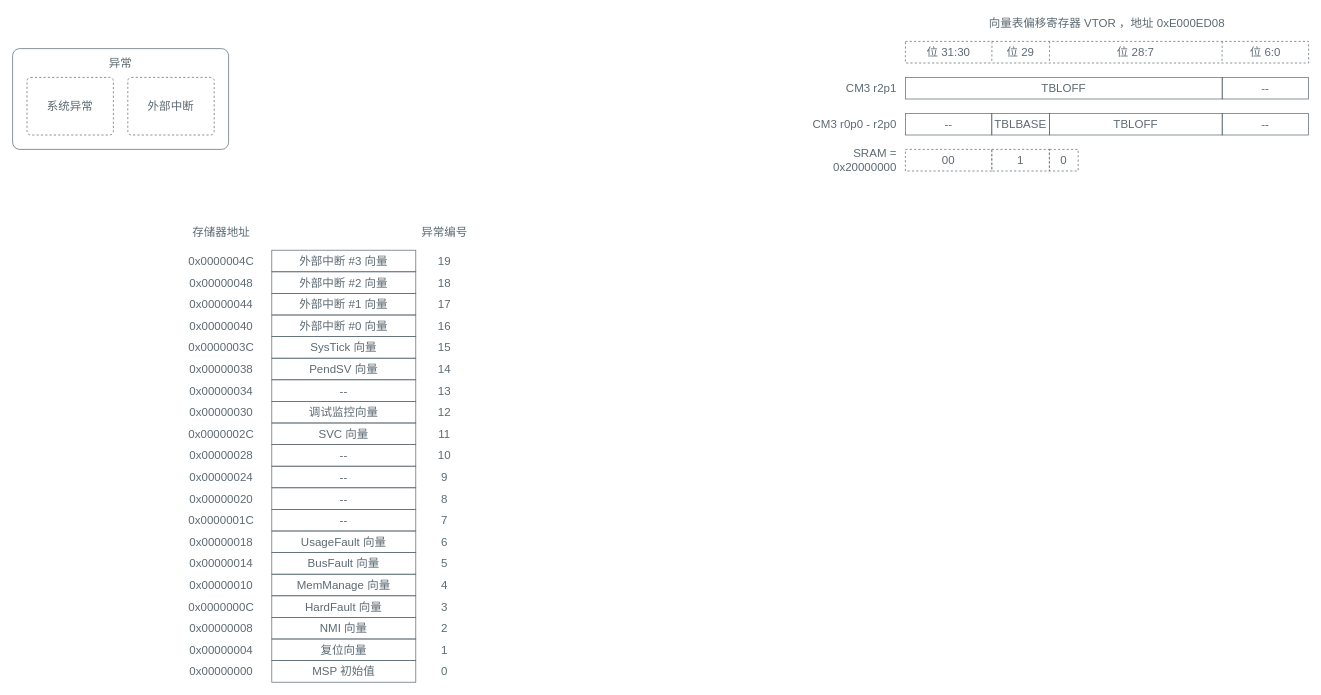
Earlier version of the draw.io diagram page "Page-1" (1 of 2) of content/posts/stm32-it/stm32-it.drawio (kingtuo123/blog). Source tidied: cells renumbered, new cells numbered last; positions are measured from the earlier drawing's top-left corner, leaving out a move shared by most shapes. Both pictures are drawn from the tidied source at 72%, with x=0, y=0 at pixel (12, 12).
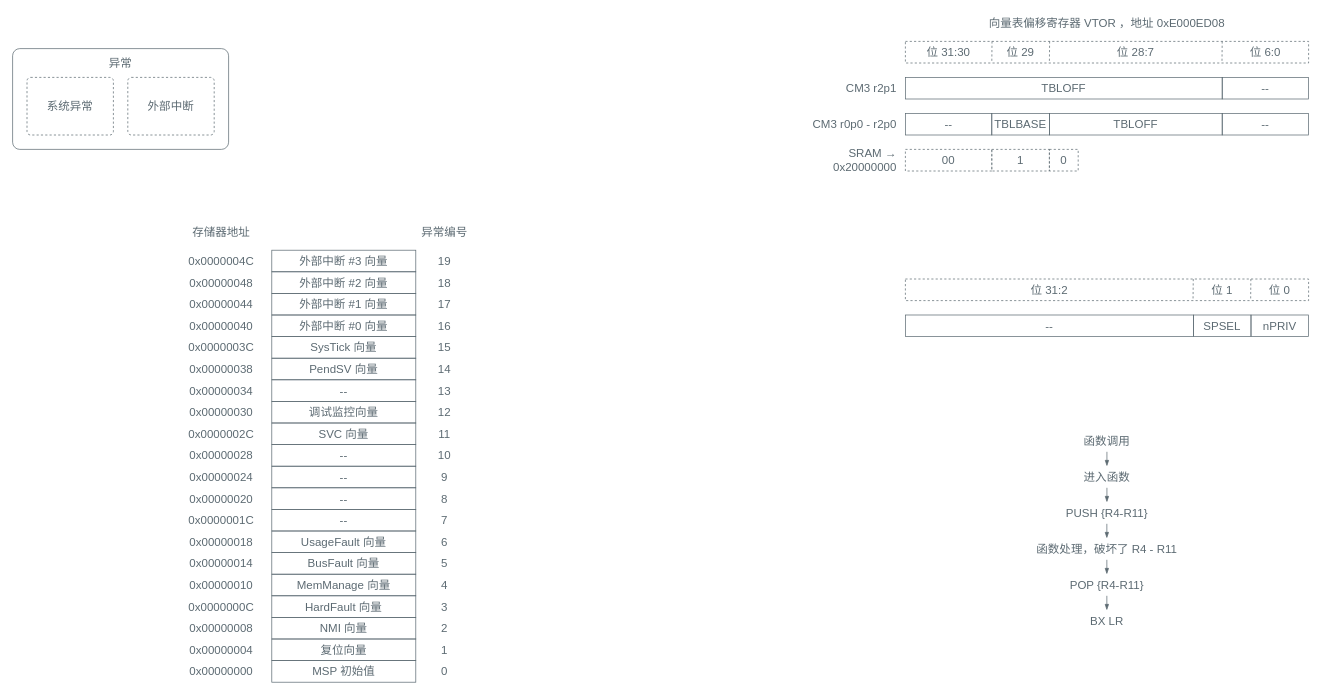
The same page after the edit.

The edit, as a diff of the source:
```diff
@@
-    <mxCell id="85" value="&lt;font&gt;SRAM = 0x20000000&lt;/font&gt;" style="rounded=0;whiteSpace=wrap;html=1;fillColor=none;strokeColor=none;fontFamily=LXGW WenKai Mono;fontSize=16;fontColor=light-dark(#5C6A72,#D3C6AA);fillOpacity=25;align=right;" parent="1" vertex="1">
-      <mxGeometry x="1080" y="190" width="150" height="30" as="geometry" />
+    <mxCell id="85" value="&lt;font&gt;SRAM → 0x20000000&lt;/font&gt;" style="rounded=0;whiteSpace=wrap;html=1;fillColor=none;strokeColor=none;fontFamily=LXGW WenKai Mono;fontSize=16;fontColor=light-dark(#5C6A72,#D3C6AA);fillOpacity=25;align=right;" parent="1" vertex="1">
+      <mxGeometry x="1070" y="190" width="160" height="30" as="geometry" />
     </mxCell>
-    <mxCell id="86" value="00" style="rounded=0;whiteSpace=wrap;html=1;fillColor=none;strokeColor=light-dark(#5C6A72,#D3C6AA);fontFamily=LXGW WenKai Mono;fontSize=16;fontColor=light-dark(#5C6A72,#D3C6AA);fillOpacity=25;dashed=1;align=center;" parent="1" vertex="1">
-      <mxGeometry x="1240" y="190" width="120" height="30" as="geometry" />
-    </mxCell>
@@
-    <mxCell id="88" value="1" style="rounded=0;whiteSpace=wrap;html=1;fillColor=none;strokeColor=light-dark(#5C6A72,#D3C6AA);fontFamily=LXGW WenKai Mono;fontSize=16;fontColor=light-dark(#5C6A72,#D3C6AA);fillOpacity=25;dashed=1;align=center;" parent="1" vertex="1">
+    <mxCell id="88" value="&lt;font&gt;1&lt;/font&gt;" style="rounded=0;whiteSpace=wrap;html=1;fillColor=none;strokeColor=light-dark(#5C6A72,#D3C6AA);fontFamily=LXGW WenKai Mono;fontSize=16;fontColor=light-dark(#5C6A72,#D3C6AA);fillOpacity=25;dashed=1;" parent="1" vertex="1">
       <mxGeometry x="1360" y="190" width="80" height="30" as="geometry" />
     </mxCell>
+    <mxCell id="86" value="&lt;font&gt;00&lt;/font&gt;" style="rounded=0;whiteSpace=wrap;html=1;fillColor=none;strokeColor=light-dark(#5C6A72,#D3C6AA);fontFamily=LXGW WenKai Mono;fontSize=16;fontColor=light-dark(#5C6A72,#D3C6AA);fillOpacity=25;dashed=1;" parent="1" vertex="1">
+      <mxGeometry x="1240" y="190" width="120" height="30" as="geometry" />
+    </mxCell>
+    <mxCell id="89" value="--" style="rounded=0;whiteSpace=wrap;html=1;fillColor=none;strokeColor=light-dark(#5C6A72,#D3C6AA);fontFamily=LXGW WenKai Mono;fontSize=16;fontColor=light-dark(#5C6A72,#D3C6AA);fillOpacity=25;" parent="1" vertex="1">
+      <mxGeometry x="1240" y="420" width="400" height="30" as="geometry" />
+    </mxCell>
+    <mxCell id="90" value="&lt;font&gt;SPSEL&lt;/font&gt;" style="rounded=0;whiteSpace=wrap;html=1;fillColor=none;strokeColor=light-dark(#5C6A72,#D3C6AA);fontFamily=LXGW WenKai Mono;fontSize=16;fontColor=light-dark(#5C6A72,#D3C6AA);fillOpacity=25;" parent="1" vertex="1">
+      <mxGeometry x="1640" y="420" width="80" height="30" as="geometry" />
+    </mxCell>
+    <mxCell id="91" value="&lt;font&gt;nPRIV&lt;/font&gt;" style="rounded=0;whiteSpace=wrap;html=1;fillColor=none;strokeColor=light-dark(#5C6A72,#D3C6AA);fontFamily=LXGW WenKai Mono;fontSize=16;fontColor=light-dark(#5C6A72,#D3C6AA);fillOpacity=25;" parent="1" vertex="1">
+      <mxGeometry x="1720" y="420" width="80" height="30" as="geometry" />
+    </mxCell>
+    <mxCell id="92" style="rounded=0;whiteSpace=wrap;html=1;fillColor=none;strokeColor=light-dark(#5C6A72,#D3C6AA);fontFamily=LXGW WenKai Mono;fontSize=16;fontColor=light-dark(#5C6A72,#D3C6AA);fillOpacity=25;dashed=1;" parent="1" vertex="1">
+      <mxGeometry x="1240" y="370" width="560" height="30" as="geometry" />
+    </mxCell>
+    <mxCell id="93" value="&lt;font&gt;位 31:2&lt;/font&gt;" style="rounded=0;whiteSpace=wrap;html=1;fillColor=none;strokeColor=none;fontFamily=LXGW WenKai Mono;fontSize=16;fontColor=light-dark(#5C6A72,#D3C6AA);fillOpacity=25;" parent="1" vertex="1">
+      <mxGeometry x="1240" y="370" width="400" height="30" as="geometry" />
+    </mxCell>
+    <mxCell id="94" value="&lt;font&gt;位 1&lt;/font&gt;" style="rounded=0;whiteSpace=wrap;html=1;fillColor=none;strokeColor=none;fontFamily=LXGW WenKai Mono;fontSize=16;fontColor=light-dark(#5C6A72,#D3C6AA);fillOpacity=25;" parent="1" vertex="1">
+      <mxGeometry x="1640" y="370" width="80" height="30" as="geometry" />
+    </mxCell>
+    <mxCell id="95" style="endArrow=none;html=1;rounded=0;dashed=1;strokeColor=light-dark(#5C6A72,#D3C6AA);" parent="1" edge="1">
+      <mxGeometry relative="1" as="geometry">
+        <mxPoint x="1639.8" y="370" as="sourcePoint" />
+        <mxPoint x="1639.5" y="400" as="targetPoint" />
+      </mxGeometry>
+    </mxCell>
+    <mxCell id="96" style="endArrow=none;html=1;rounded=0;dashed=1;strokeColor=light-dark(#5C6A72,#D3C6AA);" parent="1" edge="1">
+      <mxGeometry relative="1" as="geometry">
+        <mxPoint x="1719.8" y="370" as="sourcePoint" />
+        <mxPoint x="1719.5" y="400" as="targetPoint" />
+      </mxGeometry>
+    </mxCell>
+    <mxCell id="97" value="&lt;font&gt;位 0&lt;/font&gt;" style="rounded=0;whiteSpace=wrap;html=1;fillColor=none;strokeColor=none;fontFamily=LXGW WenKai Mono;fontSize=16;fontColor=light-dark(#5C6A72,#D3C6AA);fillOpacity=25;" parent="1" vertex="1">
+      <mxGeometry x="1720" y="370" width="80" height="30" as="geometry" />
+    </mxCell>
+    <mxCell id="98" value="函数调用" style="rounded=0;whiteSpace=wrap;html=1;fillColor=none;strokeColor=none;fontFamily=LXGW WenKai Mono;fontSize=16;fontColor=light-dark(#5C6A72,#D3C6AA);fillOpacity=25;" parent="1" vertex="1">
+      <mxGeometry x="1400" y="580" width="240" height="30" as="geometry" />
+    </mxCell>
+    <mxCell id="99" value="&lt;span style=&quot;font-weight: normal;&quot;&gt;进入函数&lt;/span&gt;" style="rounded=0;whiteSpace=wrap;html=1;fillColor=none;strokeColor=none;fontFamily=LXGW WenKai Mono;fontSize=16;fontColor=light-dark(#5C6A72,#D3C6AA);fillOpacity=25;fontStyle=1;" parent="1" vertex="1">
+      <mxGeometry x="1400" y="630" width="240" height="30" as="geometry" />
+    </mxCell>
+    <mxCell id="100" value="&lt;span style=&quot;font-weight: normal;&quot;&gt;函数处理，破坏了 R4 - R11&lt;/span&gt;" style="rounded=0;whiteSpace=wrap;html=1;fillColor=none;strokeColor=none;fontFamily=LXGW WenKai Mono;fontSize=16;fontColor=light-dark(#5C6A72,#D3C6AA);fillOpacity=25;fontStyle=1;" parent="1" vertex="1">
+      <mxGeometry x="1400" y="730" width="240" height="30" as="geometry" />
+    </mxCell>
+    <mxCell id="101" style="endArrow=blockThin;html=1;rounded=0;endFill=1;strokeColor=light-dark(#5C6A72,#D3C6AA);" parent="1" edge="1">
+      <mxGeometry relative="1" as="geometry">
+        <mxPoint x="1519.9" y="660" as="sourcePoint" />
+        <mxPoint x="1519.9" y="680" as="targetPoint" />
+      </mxGeometry>
+    </mxCell>
+    <mxCell id="102" style="endArrow=blockThin;html=1;rounded=0;endFill=1;strokeColor=light-dark(#5C6A72,#D3C6AA);" parent="1" edge="1">
+      <mxGeometry relative="1" as="geometry">
+        <mxPoint x="1519.9" y="610" as="sourcePoint" />
+        <mxPoint x="1519.9" y="630" as="targetPoint" />
+      </mxGeometry>
+    </mxCell>
+    <mxCell id="103" style="endArrow=blockThin;html=1;rounded=0;endFill=1;strokeColor=light-dark(#5C6A72,#D3C6AA);" parent="1" edge="1">
+      <mxGeometry relative="1" as="geometry">
+        <mxPoint x="1519.8" y="710" as="sourcePoint" />
+        <mxPoint x="1519.8" y="730" as="targetPoint" />
+      </mxGeometry>
+    </mxCell>
+    <mxCell id="104" style="endArrow=blockThin;html=1;rounded=0;endFill=1;strokeColor=light-dark(#5C6A72,#D3C6AA);" parent="1" edge="1">
+      <mxGeometry relative="1" as="geometry">
+        <mxPoint x="1519.8" y="760" as="sourcePoint" />
+        <mxPoint x="1519.8" y="780" as="targetPoint" />
+      </mxGeometry>
+    </mxCell>
+    <mxCell id="105" style="endArrow=blockThin;html=1;rounded=0;endFill=1;strokeColor=light-dark(#5C6A72,#D3C6AA);" parent="1" edge="1">
+      <mxGeometry relative="1" as="geometry">
+        <mxPoint x="1519.8" y="810" as="sourcePoint" />
+        <mxPoint x="1519.8" y="830" as="targetPoint" />
+      </mxGeometry>
+    </mxCell>
+    <mxCell id="106" value="PUSH {R4-R11}" style="rounded=0;whiteSpace=wrap;html=1;fillColor=none;strokeColor=none;fontFamily=LXGW WenKai Mono;fontSize=16;fontColor=light-dark(#5C6A72,#D3C6AA);fillOpacity=25;align=center;" parent="1" vertex="1">
+      <mxGeometry x="1440" y="680" width="160" height="30" as="geometry" />
+    </mxCell>
+    <mxCell id="107" value="POP {R4-R11}" style="rounded=0;whiteSpace=wrap;html=1;fillColor=none;strokeColor=none;fontFamily=LXGW WenKai Mono;fontSize=16;fontColor=light-dark(#5C6A72,#D3C6AA);fillOpacity=25;align=center;" parent="1" vertex="1">
+      <mxGeometry x="1440" y="780" width="160" height="30" as="geometry" />
+    </mxCell>
+    <mxCell id="108" value="BX LR" style="rounded=0;whiteSpace=wrap;html=1;fillColor=none;strokeColor=none;fontFamily=LXGW WenKai Mono;fontSize=16;fontColor=light-dark(#5C6A72,#D3C6AA);fillOpacity=25;align=center;" parent="1" vertex="1">
+      <mxGeometry x="1440" y="830" width="160" height="30" as="geometry" />
+    </mxCell>
```
